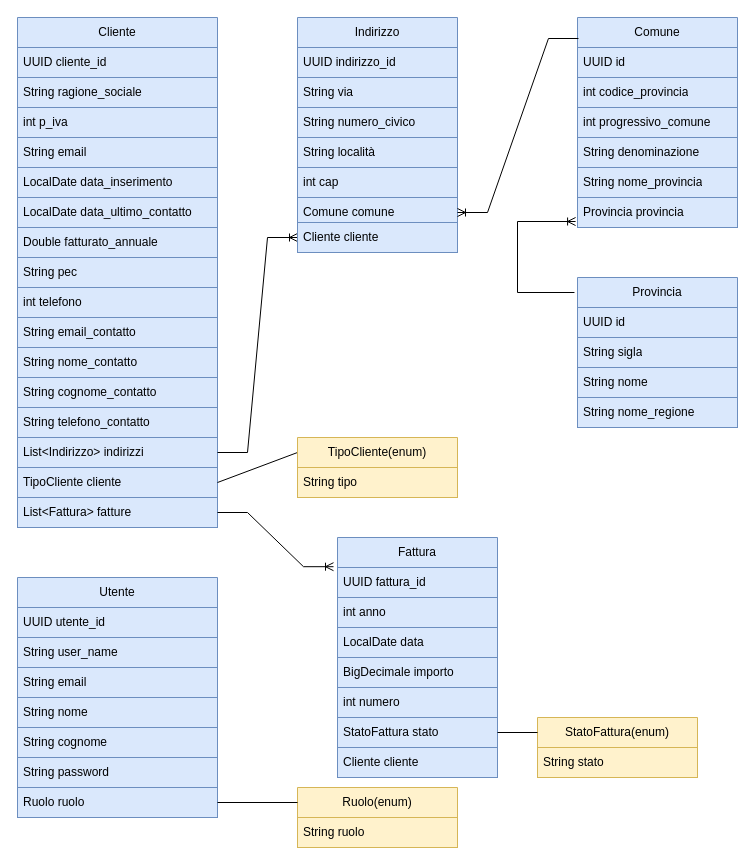
Earlier version of the draw.io diagram Diagramma_Progetto.drawio (Peppe1795/BuildWeekFinale). Source tidied: cells renumbered, new cells numbered last; positions are measured from the earlier drawing's top-left corner, leaving out a move shared by most shapes. Both pictures are drawn from the tidied source at 100%, with x=0, y=0 at pixel (17, 17).
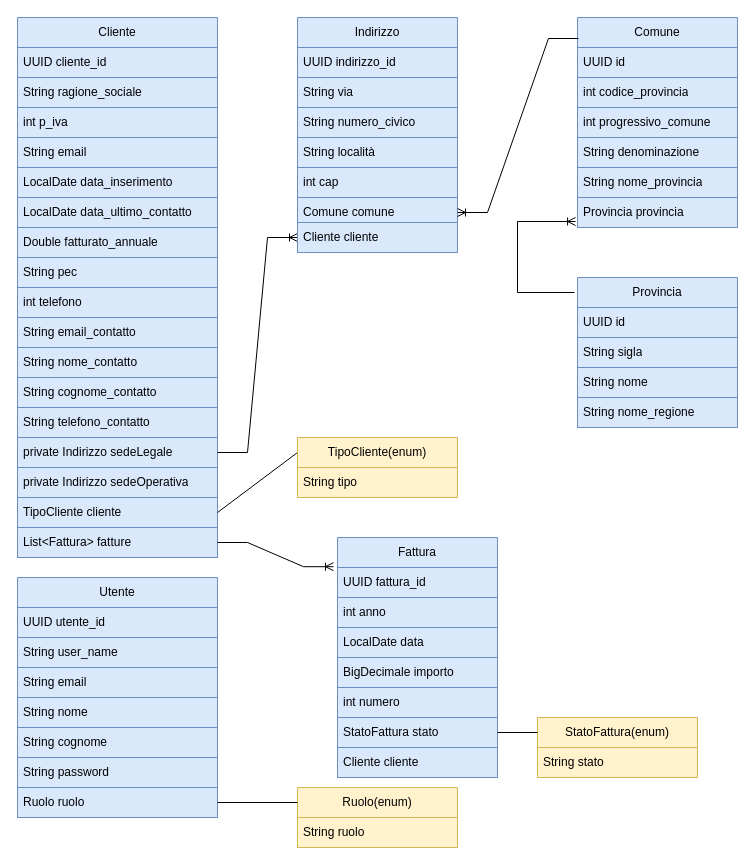
The same page after the edit.

The edit, as a diff of the source:
```diff
@@
     <mxCell id="9" value="Cliente" style="swimlane;fontStyle=0;horizontal=1;startSize=30;whiteSpace=wrap;html=1;fillColor=#dae8fc;strokeColor=#6c8ebf;" parent="1" vertex="1">
-      <mxGeometry width="200" height="510" as="geometry" />
+      <mxGeometry width="200" height="540" as="geometry" />
     </mxCell>
@@
-    <mxCell id="23" value="List&amp;lt;Indirizzo&amp;gt; indirizzi" style="text;strokeColor=#6c8ebf;fillColor=#dae8fc;align=left;verticalAlign=middle;spacingLeft=4;spacingRight=4;overflow=hidden;points=[[0,0.5],[1,0.5]];portConstraint=eastwest;whiteSpace=wrap;html=1;" parent="9" vertex="1">
+    <mxCell id="23" value="private Indirizzo sedeLegale" style="text;strokeColor=#6c8ebf;fillColor=#dae8fc;align=left;verticalAlign=middle;spacingLeft=4;spacingRight=4;overflow=hidden;points=[[0,0.5],[1,0.5]];portConstraint=eastwest;whiteSpace=wrap;html=1;" parent="9" vertex="1">
       <mxGeometry y="420" width="200" height="30" as="geometry" />
     </mxCell>
+    <mxCell id="68" value="private Indirizzo sedeOperativa" style="text;strokeColor=#6c8ebf;fillColor=#dae8fc;align=left;verticalAlign=middle;spacingLeft=4;spacingRight=4;overflow=hidden;whiteSpace=wrap;html=1;" parent="9" vertex="1">
+      <mxGeometry y="450" width="200" height="30" as="geometry" />
+    </mxCell>
     <mxCell id="24" value="TipoCliente cliente&amp;nbsp;" style="text;strokeColor=#6c8ebf;fillColor=#dae8fc;align=left;verticalAlign=middle;spacingLeft=4;spacingRight=4;overflow=hidden;points=[[0,0.5],[1,0.5]];portConstraint=eastwest;whiteSpace=wrap;html=1;" parent="9" vertex="1">
-      <mxGeometry y="450" width="200" height="30" as="geometry" />
+      <mxGeometry y="480" width="200" height="30" as="geometry" />
     </mxCell>
     <mxCell id="25" value="List&amp;lt;Fattura&amp;gt; fatture" style="text;strokeColor=#6c8ebf;fillColor=#dae8fc;align=left;verticalAlign=middle;spacingLeft=4;spacingRight=4;overflow=hidden;points=[[0,0.5],[1,0.5]];portConstraint=eastwest;whiteSpace=wrap;html=1;" parent="9" vertex="1">
-      <mxGeometry y="480" width="200" height="30" as="geometry" />
+      <mxGeometry y="510" width="200" height="30" as="geometry" />
     </mxCell>
```
